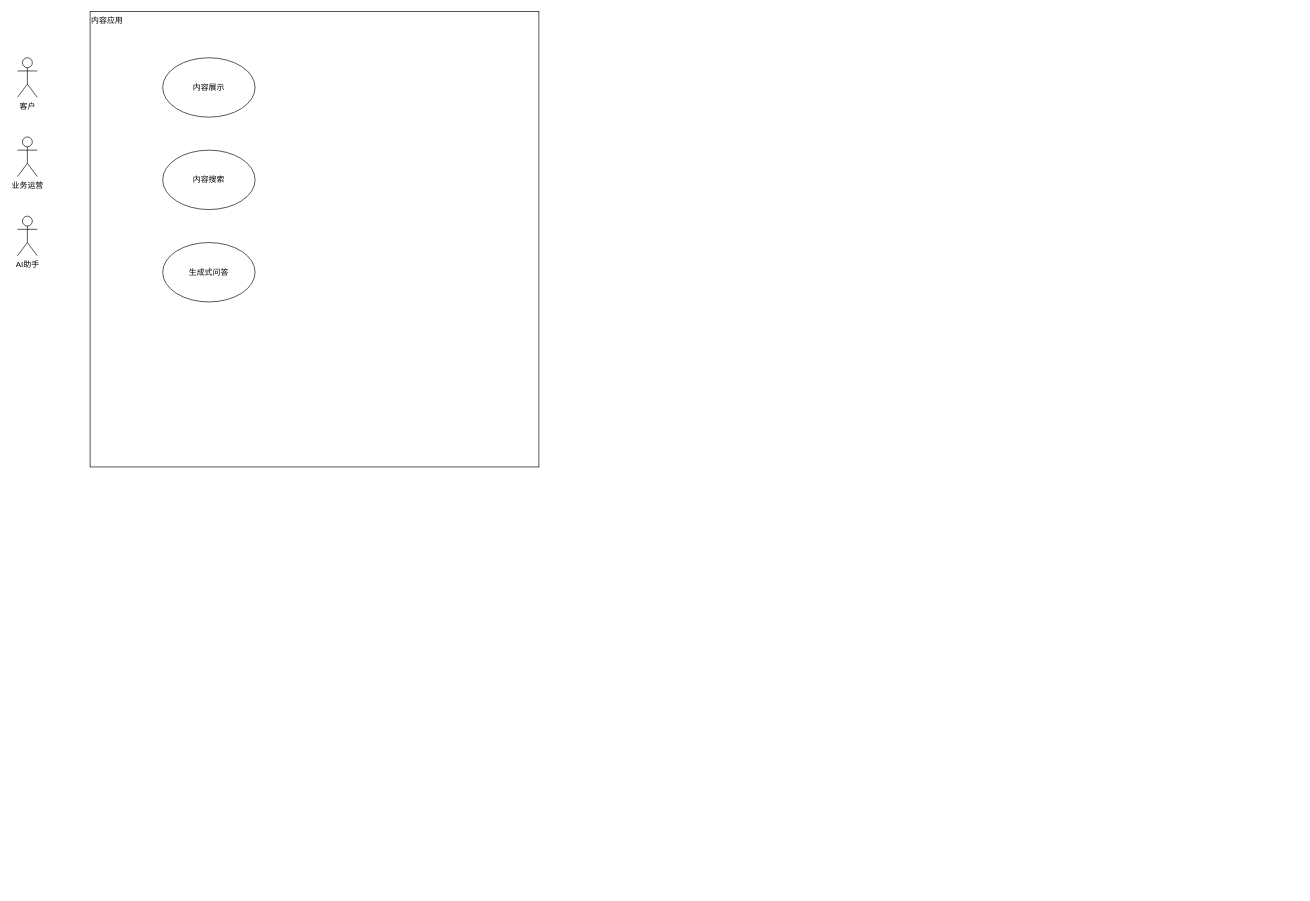
This is page "内容应用用例图" (6 of 26) of figure/figures.drawio from jqq04/nju-thesis-2026, a draw.io file, before an edit. Source tidied: cells renumbered, new cells numbered last; positions are measured from the earlier drawing's top-left corner, leaving out a move shared by most shapes. Both pictures are drawn from the tidied source at 66%, with x=0, y=0 at pixel (17, 11).
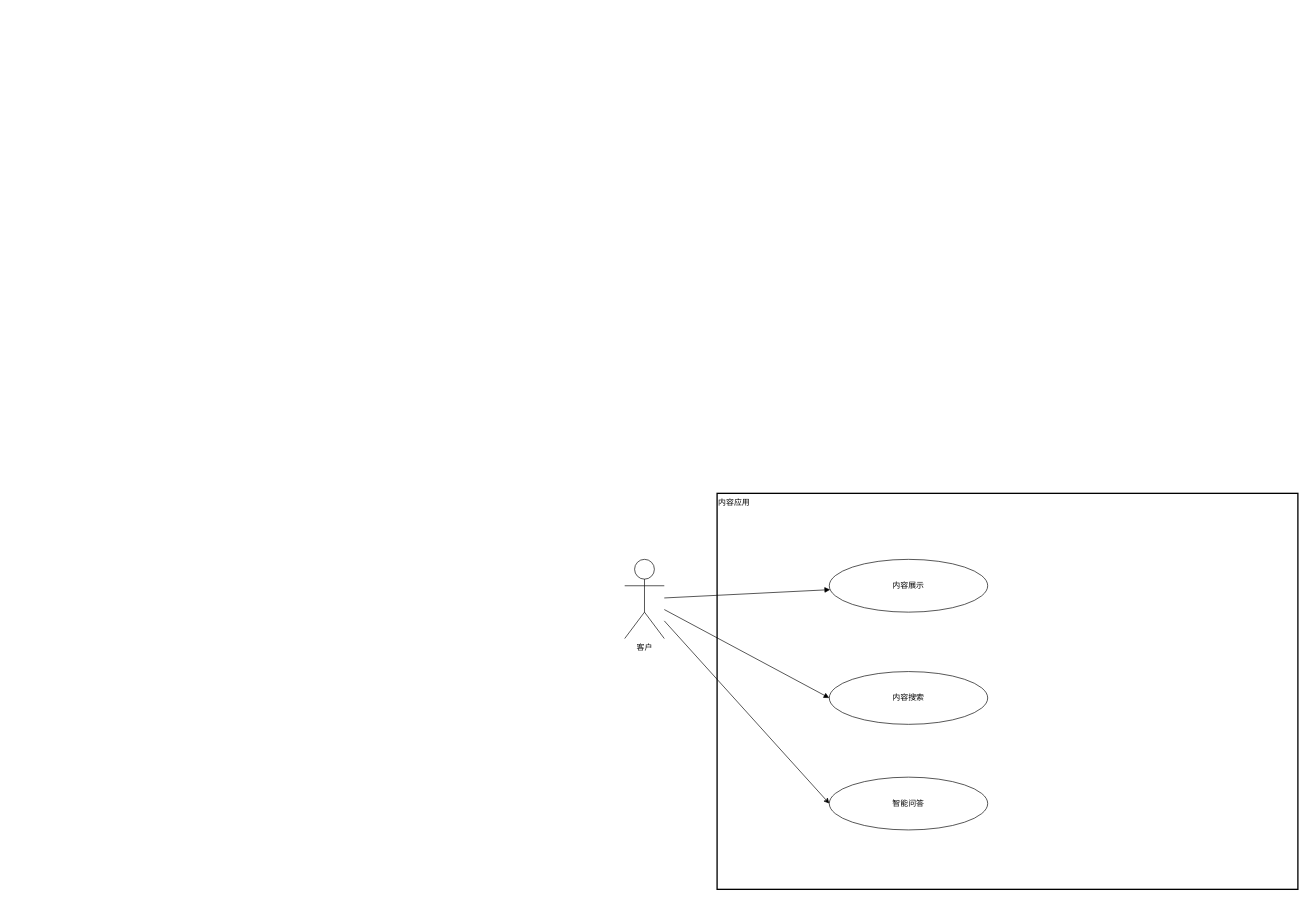
The same diagram, later.

What changed in the source:
```diff
@@
 <mxGraphModel>
   <root>
     <mxCell id="0" />
     <mxCell id="1" parent="0" />
-    <mxCell id="2" value="内容应用" style="rounded=0;whiteSpace=wrap;html=1;align=left;verticalAlign=top;" parent="1" vertex="1">
-      <mxGeometry x="110" width="680" height="690" as="geometry" />
+    <mxCell id="2" value="内容应用" style="rounded=0;whiteSpace=wrap;html=1;strokeWidth=2;align=left;verticalAlign=top;" parent="1" vertex="1">
+      <mxGeometry x="1060" y="730" width="880" height="600" as="geometry" />
     </mxCell>
+    <mxCell id="9" style="rounded=0;jettySize=auto;html=1;entryX=0;entryY=0.5;entryDx=0;entryDy=0;fontFamily=Helvetica;fontSize=12;fontColor=default;" parent="1" edge="1" source="3" target="10">
+      <mxGeometry relative="1" as="geometry" />
+    </mxCell>
-    <mxCell id="3" value="客户" style="shape=umlActor;verticalLabelPosition=bottom;verticalAlign=top;html=1;outlineConnect=0;" parent="1" vertex="1">
-      <mxGeometry y="70" width="30" height="60" as="geometry" />
+    <mxCell id="3" value="客户" style="shape=umlActor;verticalLabelPosition=bottom;verticalAlign=top;html=1;" parent="1" vertex="1">
+      <mxGeometry x="920" y="830" width="60" height="120" as="geometry" />
     </mxCell>
-    <mxCell id="4" value="业务运营" style="shape=umlActor;verticalLabelPosition=bottom;verticalAlign=top;html=1;" parent="1" vertex="1">
-      <mxGeometry y="190" width="30" height="60" as="geometry" />
-    </mxCell>
-    <mxCell id="5" value="AI助手" style="shape=umlActor;verticalLabelPosition=bottom;verticalAlign=top;html=1;" parent="1" vertex="1">
-      <mxGeometry y="310" width="30" height="60" as="geometry" />
-    </mxCell>
     <mxCell id="6" value="内容展示" style="ellipse;whiteSpace=wrap;html=1;" parent="1" vertex="1">
-      <mxGeometry x="220" y="70" width="140" height="90" as="geometry" />
+      <mxGeometry x="1230" y="830" width="240" height="80" as="geometry" />
     </mxCell>
+    <mxCell id="10" value="智能问答" style="ellipse;whiteSpace=wrap;html=1;" parent="1" vertex="1">
+      <mxGeometry x="1230" y="1160" width="240" height="80" as="geometry" />
+    </mxCell>
+    <mxCell id="11" style="endArrow=block;html=1;" parent="1" edge="1" source="3" target="6">
+      <mxGeometry relative="1" as="geometry" />
+    </mxCell>
+    <mxCell id="12" style="endArrow=block;html=1;entryX=0;entryY=0.5;entryDx=0;entryDy=0;" parent="1" edge="1" source="3" target="7">
+      <mxGeometry relative="1" as="geometry" />
+    </mxCell>
     <mxCell id="7" value="内容搜索" style="ellipse;whiteSpace=wrap;html=1;" parent="1" vertex="1">
-      <mxGeometry x="220" y="210" width="140" height="90" as="geometry" />
+      <mxGeometry x="1230" y="1000" width="240" height="80" as="geometry" />
     </mxCell>
-    <mxCell id="8" value="生成式问答" style="ellipse;whiteSpace=wrap;html=1;" parent="1" vertex="1">
-      <mxGeometry x="220" y="350" width="140" height="90" as="geometry" />
-    </mxCell>
   </root>
 </mxGraphModel>
```
